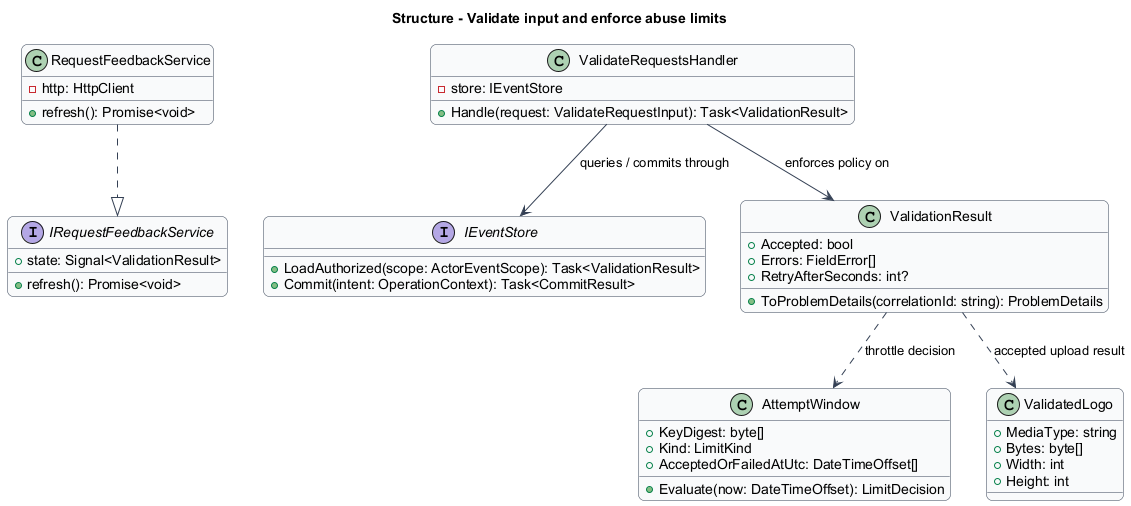
Above: docs/detailed-designs/platform-security/validate-requests/diagrams/classes.png in QuinntyneBrown/faithtech-toronto-ai-build-event (PlantUML), before the change.
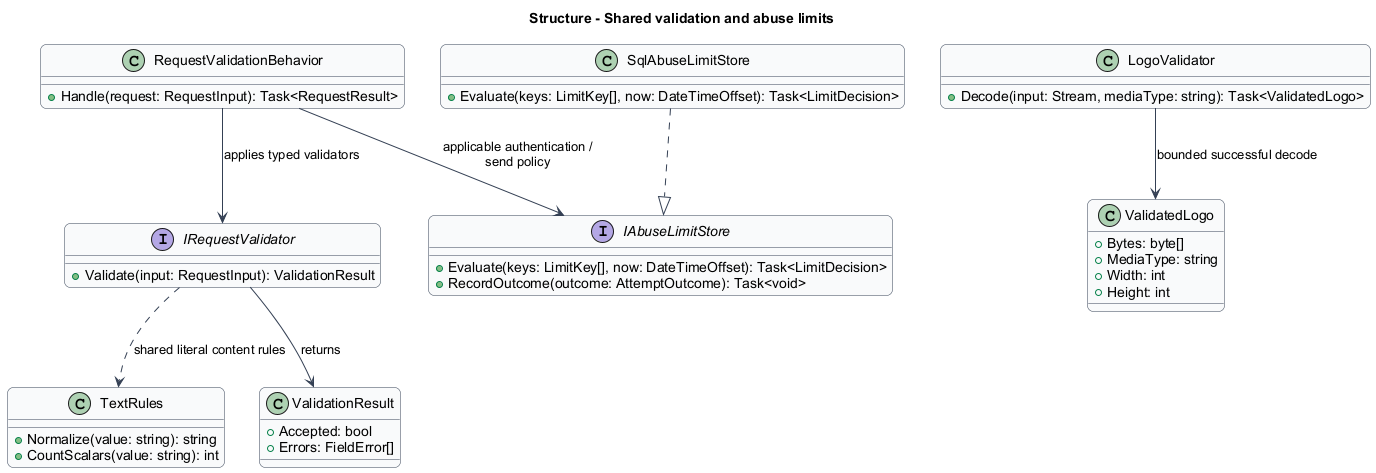
Later version of the same file.

The edit, as a diff of the source:
```diff
@@ -8,45 +8,42 @@
 skinparam classBorderColor #344054
 skinparam sequenceMessageAlign center
 skinparam maxMessageSize 180
-title Structure - Validate input and enforce abuse limits
-interface IRequestFeedbackService {
-  +state: Signal<ValidationResult>
-  +refresh(): Promise<void>
+title Structure - Shared validation and abuse limits
+class RequestValidationBehavior {
+  +Handle(request: RequestInput): Task<RequestResult>
 }
-class RequestFeedbackService {
-  -http: HttpClient
-  +refresh(): Promise<void>
+interface IRequestValidator {
+  +Validate(input: RequestInput): ValidationResult
 }
-class ValidateRequestsHandler {
-  -store: IEventStore
-  +Handle(request: ValidateRequestInput): Task<ValidationResult>
+class TextRules {
+  +Normalize(value: string): string
+  +CountScalars(value: string): int
 }
-interface IEventStore {
-  +LoadAuthorized(scope: ActorEventScope): Task<ValidationResult>
-  +Commit(intent: OperationContext): Task<CommitResult>
+class LogoValidator {
+  +Decode(input: Stream, mediaType: string): Task<ValidatedLogo>
+}
+interface IAbuseLimitStore {
+  +Evaluate(keys: LimitKey[], now: DateTimeOffset): Task<LimitDecision>
+  +RecordOutcome(outcome: AttemptOutcome): Task<void>
+}
+class SqlAbuseLimitStore {
+  +Evaluate(keys: LimitKey[], now: DateTimeOffset): Task<LimitDecision>
 }
 class ValidationResult {
   +Accepted: bool
   +Errors: FieldError[]
-  +RetryAfterSeconds: int?
-  +ToProblemDetails(correlationId: string): ProblemDetails
-}
-RequestFeedbackService ..|> IRequestFeedbackService
-ValidateRequestsHandler --> IEventStore : queries / commits through
-ValidateRequestsHandler --> ValidationResult : enforces policy on
-class AttemptWindow {
-  +KeyDigest: byte[]
-  +Kind: LimitKind
-  +AcceptedOrFailedAtUtc: DateTimeOffset[]
-  +Evaluate(now: DateTimeOffset): LimitDecision
 }
 class ValidatedLogo {
+  +Bytes: byte[]
   +MediaType: string
-  +Bytes: byte[]
   +Width: int
   +Height: int
 }
-ValidationResult ..> AttemptWindow : throttle decision
-ValidationResult ..> ValidatedLogo : accepted upload result
+RequestValidationBehavior --> IRequestValidator : applies typed validators
+RequestValidationBehavior --> IAbuseLimitStore : applicable authentication / send policy
+SqlAbuseLimitStore ..|> IAbuseLimitStore
+IRequestValidator ..> TextRules : shared literal content rules
+IRequestValidator --> ValidationResult : returns
+LogoValidator --> ValidatedLogo : bounded successful decode
 
 @enduml
```
